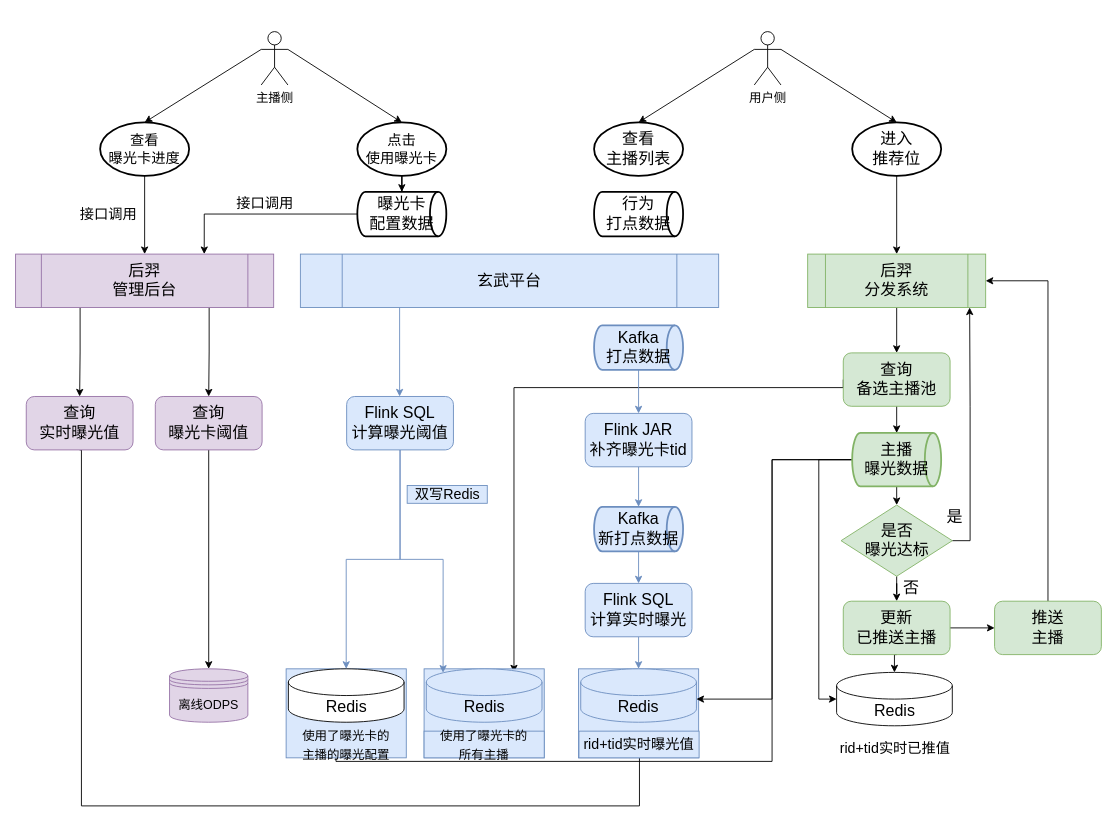
Before: 后羿接曝光卡.drawio in hongweilv-whu/flowCharts, a draw.io diagram. Source tidied: cells renumbered, new cells numbered last; positions are measured from the earlier drawing's top-left corner, leaving out a move shared by most shapes. Both pictures are drawn from the tidied source at 89%, with x=0, y=0 at pixel (15, 31).
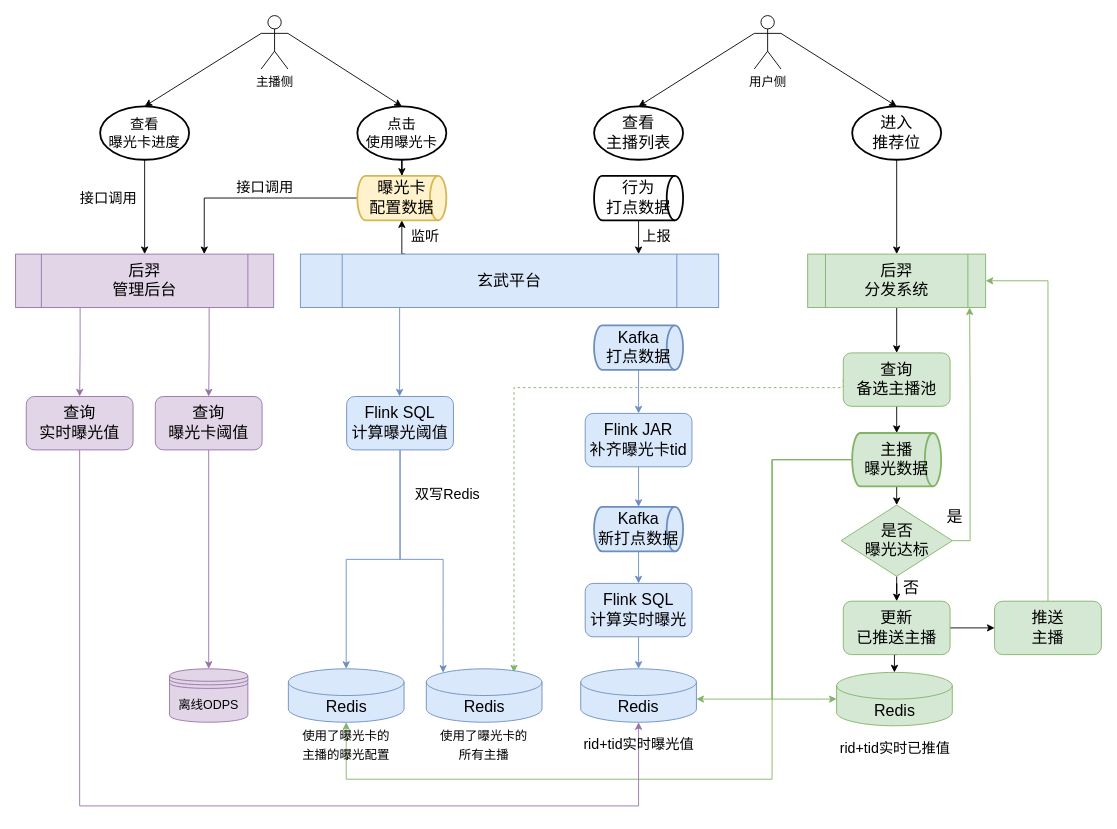
The same diagram, later.

Commit message (it also covers changes not shown here):
Update 后羿接曝光卡.drawio

The change refers to these unchanged cells:
```xml
<mxCell id="11" value="后羿&lt;br&gt;分发系统" style="shape=process;whiteSpace=wrap;html=1;backgroundOutline=1;fontSize=18;fillColor=#d5e8d4;strokeColor=#82b366;" parent="1" vertex="1">
  <mxGeometry x="890" y="250" width="200" height="60" as="geometry" />
</mxCell>
<mxCell id="14" value="&lt;span style=&quot;font-size: 18px;&quot;&gt;查询&lt;br&gt;备选主播池&lt;/span&gt;" style="rounded=1;whiteSpace=wrap;html=1;fontSize=14;fillColor=#d5e8d4;strokeColor=#82b366;" parent="1" vertex="1">
  <mxGeometry x="930" y="361" width="120" height="60" as="geometry" />
</mxCell>
<mxCell id="22" value="Redis" style="shape=cylinder3;whiteSpace=wrap;html=1;boundedLbl=1;backgroundOutline=1;size=15;fontSize=18;fillColor=#dae8fc;strokeColor=#6c8ebf;" parent="21" vertex="1">
  <mxGeometry x="2.5" width="130" height="60" as="geometry" />
</mxCell>
<mxCell id="26" value="&lt;font style=&quot;font-size: 18px;&quot;&gt;是否&lt;br&gt;曝光达标&lt;/font&gt;" style="rhombus;whiteSpace=wrap;html=1;fontSize=14;fillColor=#d5e8d4;strokeColor=#82b366;" parent="1" vertex="1">
  <mxGeometry x="927.5" y="532" width="125" height="80" as="geometry" />
</mxCell>
<mxCell id="31" value="&lt;span style=&quot;font-size: 18px;&quot;&gt;推送&lt;br&gt;主播&lt;/span&gt;" style="rounded=1;whiteSpace=wrap;html=1;fontSize=14;fillColor=#d5e8d4;strokeColor=#82b366;" parent="1" vertex="1">
  <mxGeometry x="1100" y="640" width="120" height="60" as="geometry" />
</mxCell>
<mxCell id="36" value="&lt;font style=&quot;font-size: 14px;&quot;&gt;离线ODPS&lt;/font&gt;" style="shape=datastore;whiteSpace=wrap;html=1;fontSize=18;fillColor=#e1d5e7;strokeColor=#9673a6;" parent="1" vertex="1">
  <mxGeometry x="173" y="716" width="88" height="60" as="geometry" />
</mxCell>
<mxCell id="38" value="玄武平台" style="shape=process;whiteSpace=wrap;html=1;backgroundOutline=1;fontSize=18;fillColor=#dae8fc;strokeColor=#6c8ebf;" parent="1" vertex="1">
  <mxGeometry x="320" y="250" width="470" height="60" as="geometry" />
</mxCell>
<mxCell id="49" value="&lt;font style=&quot;font-size: 18px;&quot;&gt;主播&lt;br&gt;曝光数据&lt;/font&gt;" style="strokeWidth=2;html=1;shape=mxgraph.flowchart.direct_data;whiteSpace=wrap;fontSize=16;fillColor=#d5e8d4;strokeColor=#82b366;" parent="1" vertex="1">
  <mxGeometry x="940" y="451" width="100" height="60" as="geometry" />
</mxCell>
<mxCell id="65" value="后羿&lt;br&gt;管理后台" style="shape=process;whiteSpace=wrap;html=1;backgroundOutline=1;fontSize=18;fillColor=#e1d5e7;strokeColor=#9673a6;" parent="1" vertex="1">
  <mxGeometry y="250" width="290" height="60" as="geometry" />
</mxCell>
<mxCell id="67" value="&lt;span style=&quot;font-size: 18px;&quot;&gt;查询&lt;br&gt;曝光卡阈值&lt;br&gt;&lt;/span&gt;" style="rounded=1;whiteSpace=wrap;html=1;fontSize=14;fillColor=#e1d5e7;strokeColor=#9673a6;" parent="1" vertex="1">
  <mxGeometry x="157" y="410" width="120" height="60" as="geometry" />
</mxCell>
<mxCell id="68" value="&lt;span style=&quot;font-size: 18px;&quot;&gt;查询&lt;br&gt;实时曝光值&lt;br&gt;&lt;/span&gt;" style="rounded=1;whiteSpace=wrap;html=1;fontSize=14;fillColor=#e1d5e7;strokeColor=#9673a6;" parent="1" vertex="1">
  <mxGeometry x="12" y="410" width="120" height="60" as="geometry" />
</mxCell>
<mxCell id="71" style="group;" parent="1" vertex="1">
  <mxGeometry x="920" y="720" width="135" height="100" as="geometry" />
</mxCell>
```

The edit, as a diff of the source:
```diff
@@
-    <mxCell id="2" style="edgeStyle=orthogonalEdgeStyle;rounded=0;jettySize=auto;html=1;exitX=0;exitY=0.5;exitDx=0;exitDy=0;exitPerimeter=0;entryX=0.5;entryY=1;entryDx=0;entryDy=0;entryPerimeter=0;fontSize=16;" parent="1" edge="1" source="49" target="19">
+    <mxCell id="2" style="edgeStyle=orthogonalEdgeStyle;rounded=0;jettySize=auto;html=1;exitX=0;exitY=0.5;exitDx=0;exitDy=0;exitPerimeter=0;entryX=0.5;entryY=1;entryDx=0;entryDy=0;entryPerimeter=0;fontSize=16;fillColor=#d5e8d4;strokeColor=#82b366;" parent="1" edge="1" source="49" target="19">
       <mxGeometry relative="1" as="geometry">
         <Array as="points">
           <mxPoint x="850" y="481" />
-          <mxPoint x="850" y="820" />
-          <mxPoint x="360" y="820" />
+          <mxPoint x="850" y="840" />
+          <mxPoint x="372" y="840" />
         </Array>
       </mxGeometry>
     </mxCell>
-    <mxCell id="3" style="edgeStyle=orthogonalEdgeStyle;rounded=0;jettySize=auto;html=1;exitX=0.5;exitY=1;exitDx=0;exitDy=0;fontSize=16;" parent="1" edge="1" source="68">
+    <mxCell id="3" style="edgeStyle=orthogonalEdgeStyle;rounded=0;jettySize=auto;html=1;exitX=0.5;exitY=1;exitDx=0;exitDy=0;fontSize=16;entryX=0.5;entryY=1;entryDx=0;entryDy=0;entryPerimeter=0;fillColor=#e1d5e7;strokeColor=#9673a6;" parent="1" edge="1" source="68" target="22">
       <mxGeometry relative="1" as="geometry">
-        <mxPoint x="701" y="750" as="targetPoint" />
         <Array as="points">
-          <mxPoint x="74" y="870" />
-          <mxPoint x="701" y="870" />
+          <mxPoint x="72" y="870" />
+          <mxPoint x="700" y="870" />
         </Array>
       </mxGeometry>
     </mxCell>
@@
     <mxCell id="6" value="&lt;font style=&quot;font-size: 14px;&quot;&gt;主播侧&lt;/font&gt;" style="shape=umlActor;verticalLabelPosition=bottom;verticalAlign=top;html=1;outlineConnect=0;" parent="1" vertex="1">
-      <mxGeometry x="276" width="30" height="60" as="geometry" />
+      <mxGeometry x="276" y="-18" width="30" height="60" as="geometry" />
     </mxCell>
@@
     <mxCell id="9" value="&lt;font style=&quot;font-size: 14px;&quot;&gt;用户侧&lt;/font&gt;" style="shape=umlActor;verticalLabelPosition=bottom;verticalAlign=top;html=1;outlineConnect=0;" parent="1" vertex="1">
-      <mxGeometry x="830" width="30" height="60" as="geometry" />
+      <mxGeometry x="830" y="-18" width="30" height="60" as="geometry" />
     </mxCell>
@@
-    <mxCell id="13" style="edgeStyle=orthogonalEdgeStyle;rounded=0;jettySize=auto;html=1;exitX=0;exitY=0.5;exitDx=0;exitDy=0;fontSize=16;" parent="1" edge="1" source="14">
+    <mxCell id="13" style="edgeStyle=orthogonalEdgeStyle;rounded=0;jettySize=auto;html=1;exitX=0;exitY=0.5;exitDx=0;exitDy=0;fontSize=16;fillColor=#d5e8d4;strokeColor=#82b366;dashed=1;" parent="1" edge="1" source="14">
       <mxGeometry relative="1" as="geometry">
         <mxPoint x="560" y="720" as="targetPoint" />
         <Array as="points">
           <mxPoint x="930" y="400" />
           <mxPoint x="560" y="400" />
         </Array>
       </mxGeometry>
     </mxCell>
@@
-    <mxCell id="15" style="group;fillColor=#dae8fc;strokeColor=#6c8ebf;" parent="1" vertex="1">
+    <mxCell id="15" style="group;" parent="1" vertex="1">
       <mxGeometry x="459" y="716" width="135" height="100" as="geometry" />
     </mxCell>
@@
-    <mxCell id="17" value="&lt;font style=&quot;font-size: 14px;&quot;&gt;使用了曝光卡的&lt;br&gt;所有主播&lt;/font&gt;" style="text;html=1;strokeColor=#6c8ebf;fillColor=#dae8fc;align=center;verticalAlign=middle;whiteSpace=wrap;rounded=0;fontSize=18;" parent="15" vertex="1">
+    <mxCell id="17" value="&lt;font style=&quot;font-size: 14px;&quot;&gt;使用了曝光卡的&lt;br&gt;所有主播&lt;/font&gt;" style="text;html=1;align=center;verticalAlign=middle;whiteSpace=wrap;rounded=0;fontSize=18;" parent="15" vertex="1">
       <mxGeometry y="70" width="135" height="30" as="geometry" />
     </mxCell>
-    <mxCell id="18" style="group;fillColor=#dae8fc;strokeColor=#6c8ebf;" parent="1" vertex="1">
+    <mxCell id="18" style="group;" parent="1" vertex="1">
       <mxGeometry x="304" y="716" width="135" height="100" as="geometry" />
     </mxCell>
-    <mxCell id="19" value="Redis" style="shape=cylinder3;whiteSpace=wrap;html=1;boundedLbl=1;backgroundOutline=1;size=15;fontSize=18;" parent="18" vertex="1">
+    <mxCell id="19" value="Redis" style="shape=cylinder3;whiteSpace=wrap;html=1;boundedLbl=1;backgroundOutline=1;size=15;fontSize=18;fillColor=#dae8fc;strokeColor=#6c8ebf;" parent="18" vertex="1">
       <mxGeometry x="2.5" width="130" height="60" as="geometry" />
     </mxCell>
@@
-    <mxCell id="21" style="group;fillColor=#dae8fc;strokeColor=#6c8ebf;" parent="1" vertex="1">
+    <mxCell id="21" style="group;" parent="1" vertex="1">
       <mxGeometry x="632.5" y="716" width="135" height="100" as="geometry" />
     </mxCell>
@@
-    <mxCell id="23" value="&lt;font style=&quot;font-size: 16px;&quot;&gt;rid+tid实时曝光值&lt;/font&gt;" style="text;html=1;strokeColor=#6c8ebf;fillColor=#dae8fc;align=center;verticalAlign=middle;whiteSpace=wrap;rounded=0;fontSize=18;" parent="21" vertex="1">
+    <mxCell id="23" value="&lt;font style=&quot;font-size: 16px;&quot;&gt;rid+tid实时曝光值&lt;/font&gt;" style="text;html=1;align=center;verticalAlign=middle;whiteSpace=wrap;rounded=0;fontSize=18;" parent="21" vertex="1">
       <mxGeometry x="0.5" y="70" width="135" height="30" as="geometry" />
     </mxCell>
@@
-    <mxCell id="25" style="edgeStyle=orthogonalEdgeStyle;rounded=0;jettySize=auto;html=1;exitX=1;exitY=0.5;exitDx=0;exitDy=0;entryX=0.91;entryY=1;entryDx=0;entryDy=0;entryPerimeter=0;fontSize=18;" parent="1" edge="1" source="26" target="11">
+    <mxCell id="25" style="edgeStyle=orthogonalEdgeStyle;rounded=0;jettySize=auto;html=1;exitX=1;exitY=0.5;exitDx=0;exitDy=0;entryX=0.91;entryY=1;entryDx=0;entryDy=0;entryPerimeter=0;fontSize=18;fillColor=#d5e8d4;strokeColor=#82b366;" parent="1" edge="1" source="26" target="11">
       <mxGeometry relative="1" as="geometry" />
     </mxCell>
@@
-    <mxCell id="30" style="edgeStyle=orthogonalEdgeStyle;rounded=0;jettySize=auto;html=1;exitX=0.5;exitY=0;exitDx=0;exitDy=0;entryX=1;entryY=0.5;entryDx=0;entryDy=0;fontSize=16;" parent="1" edge="1" source="31" target="11">
+    <mxCell id="30" style="edgeStyle=orthogonalEdgeStyle;rounded=0;jettySize=auto;html=1;exitX=0.5;exitY=0;exitDx=0;exitDy=0;entryX=1;entryY=0.5;entryDx=0;entryDy=0;fontSize=16;fillColor=#d5e8d4;strokeColor=#82b366;" parent="1" edge="1" source="31" target="11">
       <mxGeometry relative="1" as="geometry" />
     </mxCell>
@@
+    <mxCell id="74" style="edgeStyle=orthogonalEdgeStyle;rounded=0;jettySize=auto;html=1;exitX=0.25;exitY=0;exitDx=0;exitDy=0;fontSize=16;entryX=0.5;entryY=1;entryDx=0;entryDy=0;entryPerimeter=0;" parent="1" edge="1" source="38" target="57">
+      <mxGeometry relative="1" as="geometry" />
+    </mxCell>
@@
     <mxCell id="40" value="&lt;font style=&quot;font-size: 18px;&quot;&gt;进入&lt;br&gt;推荐位&lt;/font&gt;" style="strokeWidth=2;html=1;shape=mxgraph.flowchart.start_1;whiteSpace=wrap;fontSize=14;" parent="1" vertex="1">
-      <mxGeometry x="940" y="102" width="100" height="60" as="geometry" />
+      <mxGeometry x="940" y="84" width="100" height="60" as="geometry" />
     </mxCell>
@@
     <mxCell id="42" value="&lt;font style=&quot;font-size: 16px;&quot;&gt;点击&lt;br style=&quot;&quot;&gt;使用曝光卡&lt;/font&gt;" style="strokeWidth=2;html=1;shape=mxgraph.flowchart.start_1;whiteSpace=wrap;fontSize=14;" parent="1" vertex="1">
-      <mxGeometry x="384" y="102" width="100" height="60" as="geometry" />
+      <mxGeometry x="384" y="84" width="100" height="60" as="geometry" />
     </mxCell>
@@
     <mxCell id="44" value="&lt;font style=&quot;font-size: 16px;&quot;&gt;查看&lt;br style=&quot;&quot;&gt;曝光卡进度&lt;/font&gt;" style="strokeWidth=2;html=1;shape=mxgraph.flowchart.start_1;whiteSpace=wrap;fontSize=14;" parent="1" vertex="1">
-      <mxGeometry x="95" y="102" width="100" height="60" as="geometry" />
+      <mxGeometry x="95" y="84" width="100" height="60" as="geometry" />
     </mxCell>
     <mxCell id="45" value="&lt;font style=&quot;font-size: 18px;&quot;&gt;查看&lt;br&gt;主播列表&lt;br&gt;&lt;/font&gt;" style="strokeWidth=2;html=1;shape=mxgraph.flowchart.start_1;whiteSpace=wrap;fontSize=14;" parent="1" vertex="1">
-      <mxGeometry x="650" y="102" width="100" height="60" as="geometry" />
+      <mxGeometry x="650" y="84" width="100" height="60" as="geometry" />
     </mxCell>
@@
-    <mxCell id="47" style="edgeStyle=orthogonalEdgeStyle;rounded=0;jettySize=auto;html=1;exitX=0;exitY=0.5;exitDx=0;exitDy=0;exitPerimeter=0;fontSize=16;" parent="1" edge="1" source="49">
+    <mxCell id="47" style="edgeStyle=orthogonalEdgeStyle;rounded=0;jettySize=auto;html=1;exitX=0;exitY=0.5;exitDx=0;exitDy=0;exitPerimeter=0;fontSize=16;fillColor=#d5e8d4;strokeColor=#82b366;" parent="1" edge="1" source="49">
       <mxGeometry relative="1" as="geometry">
         <mxPoint x="765" y="750" as="targetPoint" />
         <Array as="points">
           <mxPoint x="850" y="481" />
           <mxPoint x="850" y="750" />
         </Array>
       </mxGeometry>
     </mxCell>
-    <mxCell id="48" style="edgeStyle=orthogonalEdgeStyle;rounded=0;jettySize=auto;html=1;exitX=0;exitY=0.5;exitDx=0;exitDy=0;exitPerimeter=0;entryX=0;entryY=0.5;entryDx=0;entryDy=0;entryPerimeter=0;fontSize=16;" parent="1" edge="1" source="49" target="72">
-      <mxGeometry relative="1" as="geometry" />
+    <mxCell id="48" style="edgeStyle=orthogonalEdgeStyle;rounded=0;jettySize=auto;html=1;exitX=0;exitY=0.5;exitDx=0;exitDy=0;exitPerimeter=0;entryX=0;entryY=0.5;entryDx=0;entryDy=0;entryPerimeter=0;fontSize=16;fillColor=#d5e8d4;strokeColor=#82b366;" parent="1" edge="1" source="49" target="72">
+      <mxGeometry relative="1" as="geometry">
+        <Array as="points">
+          <mxPoint x="850" y="481" />
+          <mxPoint x="850" y="750" />
+        </Array>
+      </mxGeometry>
     </mxCell>
@@
-    <mxCell id="57" value="&lt;span style=&quot;font-size: 18px;&quot;&gt;曝光卡&lt;br&gt;配置数据&lt;/span&gt;" style="strokeWidth=2;html=1;shape=mxgraph.flowchart.direct_data;whiteSpace=wrap;fontSize=16;" parent="1" vertex="1">
-      <mxGeometry x="384" y="180" width="100" height="50" as="geometry" />
+    <mxCell id="57" value="&lt;span style=&quot;font-size: 18px;&quot;&gt;曝光卡&lt;br&gt;配置数据&lt;/span&gt;" style="strokeWidth=2;html=1;shape=mxgraph.flowchart.direct_data;whiteSpace=wrap;fontSize=16;fillColor=#fff2cc;strokeColor=#d6b656;" parent="1" vertex="1">
+      <mxGeometry x="384" y="162" width="100" height="50" as="geometry" />
     </mxCell>
+    <mxCell id="75" style="edgeStyle=orthogonalEdgeStyle;rounded=0;jettySize=auto;html=1;exitX=0.5;exitY=1;exitDx=0;exitDy=0;exitPerimeter=0;fontSize=16;" parent="1" edge="1" source="58">
+      <mxGeometry relative="1" as="geometry">
+        <mxPoint x="700" y="250" as="targetPoint" />
+      </mxGeometry>
+    </mxCell>
     <mxCell id="58" value="&lt;span style=&quot;font-size: 18px;&quot;&gt;行为&lt;br&gt;打点数据&lt;/span&gt;" style="strokeWidth=2;html=1;shape=mxgraph.flowchart.direct_data;whiteSpace=wrap;fontSize=16;" parent="1" vertex="1">
-      <mxGeometry x="650" y="180" width="100" height="50" as="geometry" />
+      <mxGeometry x="650" y="162" width="100" height="50" as="geometry" />
     </mxCell>
@@
-    <mxCell id="62" value="双写Redis" style="text;html=1;align=center;verticalAlign=middle;strokeColor=#6c8ebf;fillColor=#dae8fc;fontSize=16;" parent="1" vertex="1">
+    <mxCell id="62" value="双写Redis" style="text;html=1;align=center;verticalAlign=middle;fontSize=16;" parent="1" vertex="1">
       <mxGeometry x="440" y="510" width="90" height="20" as="geometry" />
     </mxCell>
-    <mxCell id="63" style="edgeStyle=orthogonalEdgeStyle;rounded=0;jettySize=auto;html=1;exitX=0.25;exitY=1;exitDx=0;exitDy=0;entryX=0.5;entryY=0;entryDx=0;entryDy=0;fontSize=16;" parent="1" edge="1" source="65" target="68">
+    <mxCell id="63" style="edgeStyle=orthogonalEdgeStyle;rounded=0;jettySize=auto;html=1;exitX=0.25;exitY=1;exitDx=0;exitDy=0;entryX=0.5;entryY=0;entryDx=0;entryDy=0;fontSize=16;fillColor=#e1d5e7;strokeColor=#9673a6;" parent="1" edge="1" source="65" target="68">
       <mxGeometry relative="1" as="geometry" />
     </mxCell>
-    <mxCell id="64" style="edgeStyle=orthogonalEdgeStyle;rounded=0;jettySize=auto;html=1;exitX=0.75;exitY=1;exitDx=0;exitDy=0;fontSize=16;" parent="1" edge="1" source="65" target="67">
+    <mxCell id="64" style="edgeStyle=orthogonalEdgeStyle;rounded=0;jettySize=auto;html=1;exitX=0.75;exitY=1;exitDx=0;exitDy=0;fontSize=16;fillColor=#e1d5e7;strokeColor=#9673a6;" parent="1" edge="1" source="65" target="67">
       <mxGeometry relative="1" as="geometry" />
     </mxCell>
@@
-    <mxCell id="66" style="edgeStyle=orthogonalEdgeStyle;rounded=0;jettySize=auto;html=1;exitX=0.5;exitY=1;exitDx=0;exitDy=0;fontSize=16;" parent="1" edge="1" source="67" target="36">
+    <mxCell id="66" style="edgeStyle=orthogonalEdgeStyle;rounded=0;jettySize=auto;html=1;exitX=0.5;exitY=1;exitDx=0;exitDy=0;fontSize=16;fillColor=#e1d5e7;strokeColor=#9673a6;" parent="1" edge="1" source="67" target="36">
       <mxGeometry relative="1" as="geometry" />
     </mxCell>
@@
     <mxCell id="69" value="接口调用" style="text;html=1;align=center;verticalAlign=middle;strokeColor=none;fillColor=none;fontSize=16;" parent="1" vertex="1">
-      <mxGeometry x="240" y="183" width="80" height="20" as="geometry" />
+      <mxGeometry x="240" y="165" width="80" height="20" as="geometry" />
     </mxCell>
     <mxCell id="70" value="接口调用" style="text;html=1;align=center;verticalAlign=middle;strokeColor=none;fillColor=none;fontSize=16;" parent="1" vertex="1">
-      <mxGeometry x="64" y="195" width="80" height="20" as="geometry" />
+      <mxGeometry x="64" y="177" width="80" height="20" as="geometry" />
     </mxCell>
@@
-    <mxCell id="72" value="Redis" style="shape=cylinder3;whiteSpace=wrap;html=1;boundedLbl=1;backgroundOutline=1;size=15;fontSize=18;" parent="71" vertex="1">
+    <mxCell id="72" value="Redis" style="shape=cylinder3;whiteSpace=wrap;html=1;boundedLbl=1;backgroundOutline=1;size=15;fontSize=18;fillColor=#d5e8d4;strokeColor=#82b366;" parent="71" vertex="1">
       <mxGeometry x="2.5" width="130" height="60" as="geometry" />
     </mxCell>
@@
+    <mxCell id="76" value="监听" style="text;html=1;align=center;verticalAlign=middle;strokeColor=none;fillColor=none;fontSize=16;" parent="1" vertex="1">
+      <mxGeometry x="435" y="220" width="50" height="20" as="geometry" />
+    </mxCell>
+    <mxCell id="77" value="上报" style="text;html=1;align=center;verticalAlign=middle;strokeColor=none;fillColor=none;fontSize=16;" parent="1" vertex="1">
+      <mxGeometry x="695" y="220" width="50" height="20" as="geometry" />
+    </mxCell>
```
